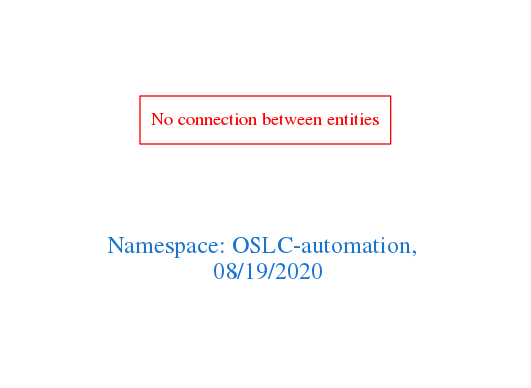
This is downloads/OSLC-automation.png from arago/OGIT, a Graphviz export, as it was before one commit. Its source is kept beside it as downloads/OSLC-automation.dot.
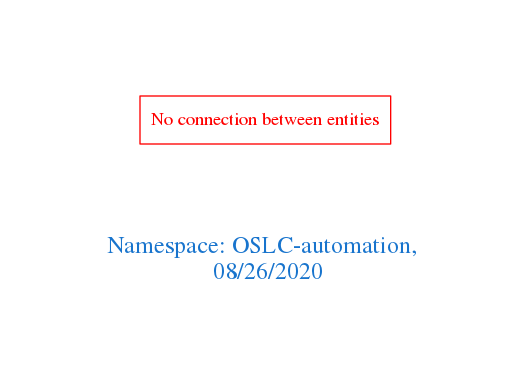
After the change.

What changed in the source:
```diff
@@ -1,7 +1,7 @@
 digraph OGIT_ontology {
  graph [ rankdir= LR,pad=1
 fontsize = 18,
-fontcolor= dodgerblue3,label = "\n\n\nNamespace: OSLC-automation, \n 08/19/2020"];
+fontcolor= dodgerblue3,label = "\n\n\nNamespace: OSLC-automation, \n 08/26/2020"];
 node[shape=polygon];
 edge [  color="gray81"];
 
```
